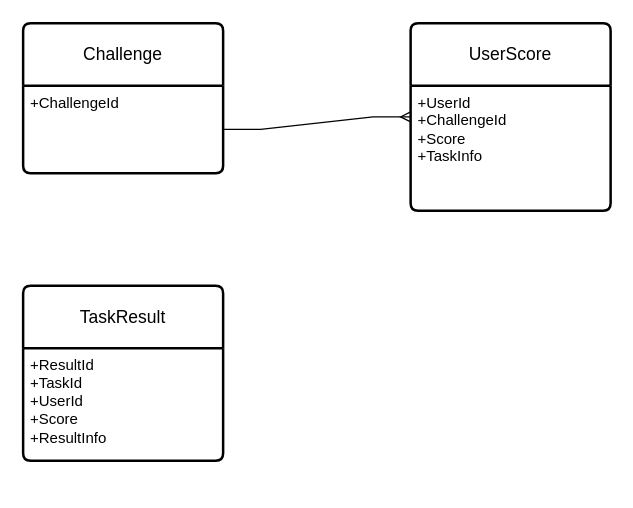
Earlier version of the draw.io diagram page "ER Diagram" (1 of 4) of PVP OOTD.drawio (yaohuiwu/SimpleFS). Source tidied: cells renumbered, new cells numbered last; positions are measured from the earlier drawing's top-left corner, leaving out a move shared by most shapes. Both pictures are drawn from the tidied source at 125%, with x=0, y=0 at pixel (22, 22).
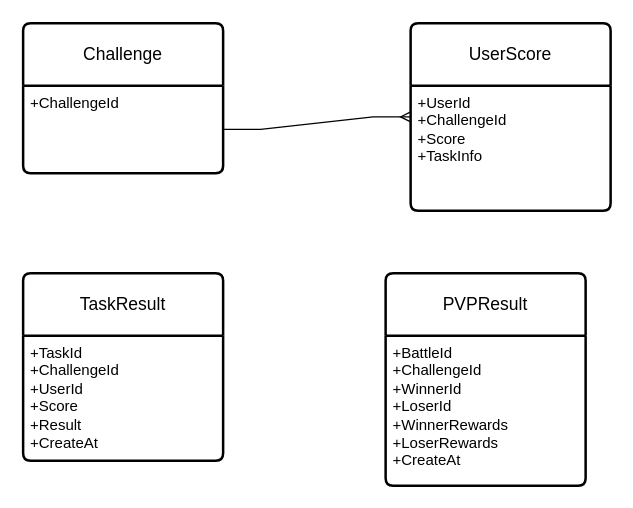
The same diagram, later.

Change to the diagram source:
```diff
@@
 <mxGraphModel>
   <root>
     <mxCell id="0" />
     <mxCell id="1" parent="0" />
     <mxCell id="2" value="Challenge" style="swimlane;horizontal=1;startSize=50;rounded=1;fontSize=14;fontStyle=0;strokeWidth=2;shadow=0;dashed=0;align=center;arcSize=4;whiteSpace=wrap;html=1;" parent="1" vertex="1">
       <mxGeometry width="160" height="120" as="geometry" />
     </mxCell>
     <mxCell id="3" value="+ChallengeId" style="align=left;strokeColor=none;fillColor=none;spacingLeft=4;fontSize=12;verticalAlign=top;html=1;" parent="2" vertex="1">
       <mxGeometry y="50" width="160" height="70" as="geometry" />
     </mxCell>
     <mxCell id="4" value="UserScore" style="swimlane;horizontal=1;startSize=50;rounded=1;fontSize=14;fontStyle=0;strokeWidth=2;shadow=0;dashed=0;align=center;arcSize=4;whiteSpace=wrap;html=1;" parent="1" vertex="1">
       <mxGeometry x="310" width="160" height="150" as="geometry" />
     </mxCell>
     <mxCell id="5" value="+UserId&lt;br&gt;+ChallengeId&lt;br&gt;+Score&lt;br&gt;+TaskInfo" style="align=left;strokeColor=none;fillColor=none;spacingLeft=4;fontSize=12;verticalAlign=top;html=1;" parent="4" vertex="1">
       <mxGeometry y="50" width="160" height="100" as="geometry" />
     </mxCell>
     <mxCell id="6" style="edgeStyle=entityRelationEdgeStyle;fontSize=12;html=1;endArrow=ERmany;rounded=0;exitX=1;exitY=0.5;exitDx=0;exitDy=0;entryX=0;entryY=0.25;entryDx=0;entryDy=0;" parent="1" edge="1" source="3" target="5">
       <mxGeometry relative="1" as="geometry" />
     </mxCell>
     <mxCell id="7" value="TaskResult" style="swimlane;horizontal=1;startSize=50;rounded=1;fontSize=14;fontStyle=0;strokeWidth=2;shadow=0;dashed=0;align=center;arcSize=4;whiteSpace=wrap;html=1;" parent="1" vertex="1">
-      <mxGeometry y="210" width="160" height="140" as="geometry" />
+      <mxGeometry y="200" width="160" height="150" as="geometry" />
     </mxCell>
-    <mxCell id="8" value="+ResultId&lt;br&gt;+TaskId&lt;br&gt;+UserId&lt;br&gt;+Score&lt;br&gt;+ResultInfo" style="align=left;strokeColor=none;fillColor=none;spacingLeft=4;fontSize=12;verticalAlign=top;html=1;" parent="7" vertex="1">
-      <mxGeometry y="50" width="160" height="90" as="geometry" />
+    <mxCell id="8" value="+TaskId&lt;br&gt;+ChallengeId&lt;br&gt;+UserId&lt;br&gt;+Score&lt;br&gt;+Result&lt;br&gt;+CreateAt" style="align=left;strokeColor=none;fillColor=none;spacingLeft=4;fontSize=12;verticalAlign=top;html=1;" parent="7" vertex="1">
+      <mxGeometry y="50" width="160" height="100" as="geometry" />
     </mxCell>
+    <mxCell id="9" value="PVPResult" style="swimlane;horizontal=1;startSize=50;rounded=1;fontSize=14;fontStyle=0;strokeWidth=2;shadow=0;dashed=0;align=center;arcSize=4;whiteSpace=wrap;html=1;" parent="1" vertex="1">
+      <mxGeometry x="290" y="200" width="160" height="170" as="geometry" />
+    </mxCell>
+    <mxCell id="10" value="+BattleId&lt;br&gt;+ChallengeId&lt;br&gt;+WinnerId&lt;br&gt;+LoserId&lt;br&gt;+WinnerRewards&lt;br&gt;+LoserRewards&lt;br&gt;+CreateAt" style="align=left;strokeColor=none;fillColor=none;spacingLeft=4;fontSize=12;verticalAlign=top;html=1;" parent="9" vertex="1">
+      <mxGeometry y="50" width="160" height="120" as="geometry" />
+    </mxCell>
   </root>
 </mxGraphModel>
```
